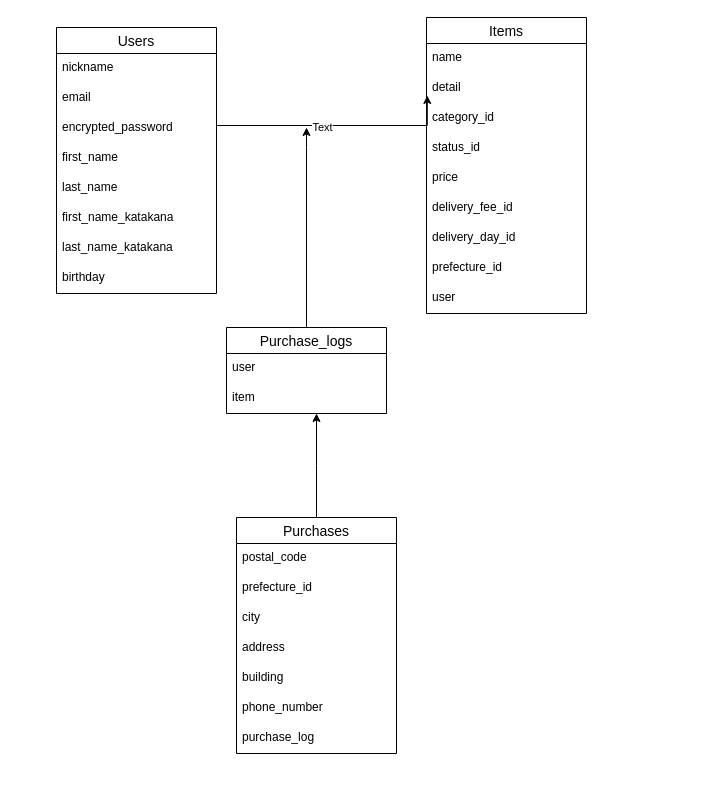
madoka5555/furima-31532 keeps this draw.io diagram as test.dio. Above is the earlier version. Source tidied: cells renumbered, new cells numbered last; positions are measured from the earlier drawing's top-left corner, leaving out a move shared by most shapes. Both pictures are drawn from the tidied source at 100%, with x=0, y=0 at pixel (56, 17).
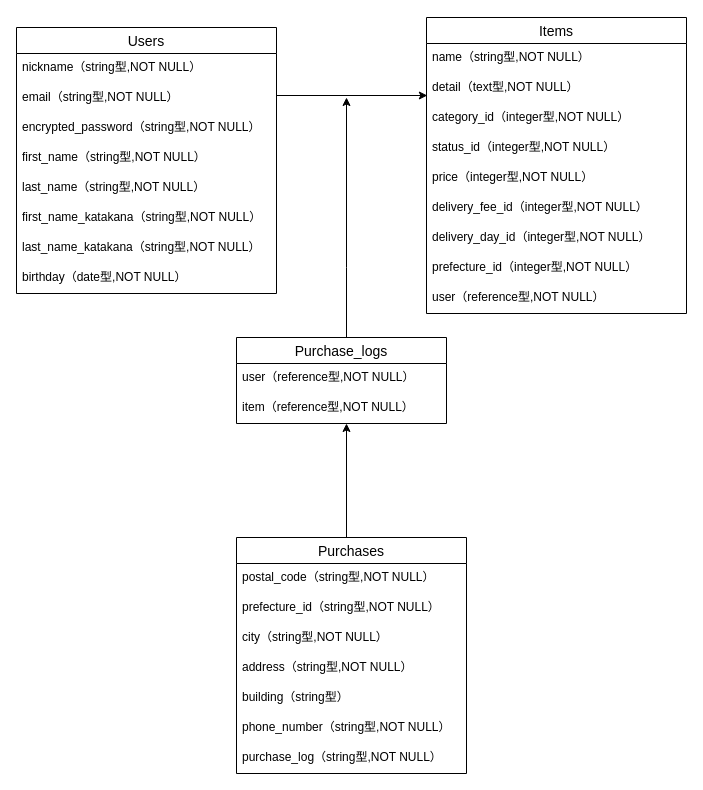
Above is the later version.

Commit message:
ER図の作成　修正

The edit, as a diff of the source:
```diff
@@
     <mxCell id="2" value="Items" style="swimlane;fontStyle=0;horizontal=1;startSize=26;align=center;fontSize=14;" parent="1" vertex="1">
-      <mxGeometry x="370" width="160" height="296" as="geometry" />
+      <mxGeometry x="370" width="260" height="296" as="geometry" />
     </mxCell>
-    <mxCell id="3" value="name" style="text;spacingLeft=4;spacingRight=4;overflow=hidden;fontSize=12;" parent="2" vertex="1">
-      <mxGeometry y="26" width="160" height="30" as="geometry" />
+    <mxCell id="3" value="name（string型,NOT NULL）" style="text;spacingLeft=4;spacingRight=4;overflow=hidden;fontSize=12;" parent="2" vertex="1">
+      <mxGeometry y="26" width="260" height="30" as="geometry" />
     </mxCell>
-    <mxCell id="4" value="detail&#10;&#10;" style="text;spacingLeft=4;spacingRight=4;overflow=hidden;fontSize=12;" parent="2" vertex="1">
-      <mxGeometry y="56" width="160" height="30" as="geometry" />
+    <mxCell id="4" value="detail（text型,NOT NULL）&#10;&#10;" style="text;spacingLeft=4;spacingRight=4;overflow=hidden;fontSize=12;" parent="2" vertex="1">
+      <mxGeometry y="56" width="260" height="30" as="geometry" />
     </mxCell>
-    <mxCell id="5" value="category_id&#10;&#10;" style="text;spacingLeft=4;spacingRight=4;overflow=hidden;fontSize=12;" parent="2" vertex="1">
-      <mxGeometry y="86" width="160" height="30" as="geometry" />
+    <mxCell id="5" value="category_id（integer型,NOT NULL）&#10;&#10;" style="text;spacingLeft=4;spacingRight=4;overflow=hidden;fontSize=12;" parent="2" vertex="1">
+      <mxGeometry y="86" width="260" height="30" as="geometry" />
     </mxCell>
-    <mxCell id="6" value="status_id&#10;&#10;" style="text;spacingLeft=4;spacingRight=4;overflow=hidden;fontSize=12;" parent="2" vertex="1">
-      <mxGeometry y="116" width="160" height="30" as="geometry" />
+    <mxCell id="6" value="status_id（integer型,NOT NULL）&#10;&#10;&#10;&#10;" style="text;spacingLeft=4;spacingRight=4;overflow=hidden;fontSize=12;" parent="2" vertex="1">
+      <mxGeometry y="116" width="260" height="30" as="geometry" />
     </mxCell>
-    <mxCell id="7" value="price" style="text;spacingLeft=4;spacingRight=4;overflow=hidden;fontSize=12;" parent="2" vertex="1">
-      <mxGeometry y="146" width="160" height="30" as="geometry" />
+    <mxCell id="7" value="price（integer型,NOT NULL）&#10;&#10;" style="text;spacingLeft=4;spacingRight=4;overflow=hidden;fontSize=12;" parent="2" vertex="1">
+      <mxGeometry y="146" width="260" height="30" as="geometry" />
     </mxCell>
-    <mxCell id="8" value="delivery_fee_id&#10;&#10;" style="text;spacingLeft=4;spacingRight=4;overflow=hidden;fontSize=12;" parent="2" vertex="1">
-      <mxGeometry y="176" width="160" height="30" as="geometry" />
+    <mxCell id="8" value="delivery_fee_id（integer型,NOT NULL）&#10;&#10;&#10;&#10;" style="text;spacingLeft=4;spacingRight=4;overflow=hidden;fontSize=12;" parent="2" vertex="1">
+      <mxGeometry y="176" width="260" height="30" as="geometry" />
     </mxCell>
-    <mxCell id="9" value="delivery_day_id&#10;&#10;&#10;" style="text;spacingLeft=4;spacingRight=4;overflow=hidden;fontSize=12;" parent="2" vertex="1">
-      <mxGeometry y="206" width="160" height="30" as="geometry" />
+    <mxCell id="9" value="delivery_day_id（integer型,NOT NULL）&#10;&#10;&#10;&#10;&#10;" style="text;spacingLeft=4;spacingRight=4;overflow=hidden;fontSize=12;" parent="2" vertex="1">
+      <mxGeometry y="206" width="260" height="30" as="geometry" />
     </mxCell>
-    <mxCell id="10" value="prefecture_id&#10;&#10;" style="text;spacingLeft=4;spacingRight=4;overflow=hidden;fontSize=12;" parent="2" vertex="1">
-      <mxGeometry y="236" width="160" height="30" as="geometry" />
+    <mxCell id="10" value="prefecture_id（integer型,NOT NULL）&#10;&#10;&#10;&#10;&#10;" style="text;spacingLeft=4;spacingRight=4;overflow=hidden;fontSize=12;" parent="2" vertex="1">
+      <mxGeometry y="236" width="260" height="30" as="geometry" />
     </mxCell>
-    <mxCell id="11" value="user&#10;&#10;" style="text;spacingLeft=4;spacingRight=4;overflow=hidden;fontSize=12;" parent="2" vertex="1">
-      <mxGeometry y="266" width="160" height="30" as="geometry" />
+    <mxCell id="11" value="user（reference型,NOT NULL）&#10;&#10;&#10;&#10;" style="text;spacingLeft=4;spacingRight=4;overflow=hidden;fontSize=12;" parent="2" vertex="1">
+      <mxGeometry y="266" width="260" height="30" as="geometry" />
     </mxCell>
-    <mxCell id="12" style="edgeStyle=orthogonalEdgeStyle;rounded=0;jettySize=auto;html=1;exitX=0.5;exitY=0;exitDx=0;exitDy=0;" parent="1" edge="1" source="13">
+    <mxCell id="12" style="edgeStyle=orthogonalEdgeStyle;rounded=0;jettySize=auto;html=1;" parent="1" edge="1" source="13">
       <mxGeometry relative="1" as="geometry">
-        <mxPoint x="250" y="110" as="targetPoint" />
+        <mxPoint x="290" y="80" as="targetPoint" />
         <Array as="points">
-          <mxPoint x="250" y="130" />
-          <mxPoint x="250" y="130" />
+          <mxPoint x="290" y="250" />
+          <mxPoint x="290" y="250" />
         </Array>
       </mxGeometry>
     </mxCell>
     <mxCell id="13" value="Purchase_logs" style="swimlane;fontStyle=0;horizontal=1;startSize=26;align=center;fontSize=14;" parent="1" vertex="1">
-      <mxGeometry x="170" y="310" width="160" height="86" as="geometry" />
+      <mxGeometry x="180" y="320" width="210" height="86" as="geometry" />
     </mxCell>
-    <mxCell id="14" value="user&#10;&#10;" style="text;strokeColor=none;fillColor=none;spacingLeft=4;spacingRight=4;overflow=hidden;fontSize=12;" parent="13" vertex="1">
-      <mxGeometry y="26" width="160" height="30" as="geometry" />
+    <mxCell id="14" value="user（reference型,NOT NULL）&#10;&#10;&#10;&#10;&#10;&#10;" style="text;strokeColor=none;fillColor=none;spacingLeft=4;spacingRight=4;overflow=hidden;fontSize=12;" parent="13" vertex="1">
+      <mxGeometry y="26" width="210" height="30" as="geometry" />
     </mxCell>
-    <mxCell id="15" value="item&#10;&#10;" style="text;strokeColor=none;fillColor=none;spacingLeft=4;spacingRight=4;overflow=hidden;fontSize=12;" parent="13" vertex="1">
-      <mxGeometry y="56" width="160" height="30" as="geometry" />
+    <mxCell id="15" value="item（reference型,NOT NULL）&#10;&#10;&#10;&#10;&#10;&#10;" style="text;strokeColor=none;fillColor=none;spacingLeft=4;spacingRight=4;overflow=hidden;fontSize=12;" parent="13" vertex="1">
+      <mxGeometry y="56" width="210" height="30" as="geometry" />
     </mxCell>
@@
     <mxCell id="17" value="Users" style="swimlane;fontStyle=0;horizontal=1;startSize=26;align=center;fontSize=14;" parent="1" vertex="1">
-      <mxGeometry y="10" width="160" height="266" as="geometry" />
+      <mxGeometry x="-40" y="10" width="260" height="266" as="geometry" />
     </mxCell>
-    <mxCell id="18" value="nickname" style="text;strokeColor=none;fillColor=none;spacingLeft=4;spacingRight=4;overflow=hidden;fontSize=12;" parent="17" vertex="1">
-      <mxGeometry y="26" width="160" height="30" as="geometry" />
+    <mxCell id="18" value="nickname（string型,NOT NULL）" style="text;strokeColor=none;fillColor=none;spacingLeft=4;spacingRight=4;overflow=hidden;fontSize=12;" parent="17" vertex="1">
+      <mxGeometry y="26" width="260" height="30" as="geometry" />
     </mxCell>
-    <mxCell id="19" value="email" style="text;strokeColor=none;fillColor=none;spacingLeft=4;spacingRight=4;overflow=hidden;fontSize=12;" parent="17" vertex="1">
-      <mxGeometry y="56" width="160" height="30" as="geometry" />
+    <mxCell id="19" value="email（string型,NOT NULL）" style="text;strokeColor=none;fillColor=none;spacingLeft=4;spacingRight=4;overflow=hidden;fontSize=12;" parent="17" vertex="1">
+      <mxGeometry y="56" width="260" height="30" as="geometry" />
     </mxCell>
-    <mxCell id="20" value="encrypted_password" style="text;strokeColor=none;fillColor=none;spacingLeft=4;spacingRight=4;overflow=hidden;points=[[0,0.5],[1,0.5]];portConstraint=eastwest;fontSize=12;" parent="17" vertex="1">
-      <mxGeometry y="86" width="160" height="30" as="geometry" />
+    <mxCell id="20" value="encrypted_password（string型,NOT NULL）" style="text;strokeColor=none;fillColor=none;spacingLeft=4;spacingRight=4;overflow=hidden;points=[[0,0.5],[1,0.5]];portConstraint=eastwest;fontSize=12;" parent="17" vertex="1">
+      <mxGeometry y="86" width="260" height="30" as="geometry" />
     </mxCell>
-    <mxCell id="21" value="first_name" style="text;strokeColor=none;fillColor=none;spacingLeft=4;spacingRight=4;overflow=hidden;fontSize=12;" parent="17" vertex="1">
-      <mxGeometry y="116" width="160" height="30" as="geometry" />
+    <mxCell id="21" value="first_name（string型,NOT NULL）" style="text;strokeColor=none;fillColor=none;spacingLeft=4;spacingRight=4;overflow=hidden;fontSize=12;" parent="17" vertex="1">
+      <mxGeometry y="116" width="260" height="30" as="geometry" />
     </mxCell>
-    <mxCell id="22" value="last_name&#10;&#10;" style="text;strokeColor=none;fillColor=none;spacingLeft=4;spacingRight=4;overflow=hidden;fontSize=12;" parent="17" vertex="1">
-      <mxGeometry y="146" width="160" height="30" as="geometry" />
+    <mxCell id="22" value="last_name（string型,NOT NULL）&#10;&#10;&#10;&#10;" style="text;strokeColor=none;fillColor=none;spacingLeft=4;spacingRight=4;overflow=hidden;fontSize=12;" parent="17" vertex="1">
+      <mxGeometry y="146" width="260" height="30" as="geometry" />
     </mxCell>
-    <mxCell id="23" value="first_name_katakana&#10;&#10;" style="text;strokeColor=none;fillColor=none;spacingLeft=4;spacingRight=4;overflow=hidden;fontSize=12;" parent="17" vertex="1">
-      <mxGeometry y="176" width="160" height="30" as="geometry" />
+    <mxCell id="23" value="first_name_katakana（string型,NOT NULL）&#10;&#10;&#10;&#10;" style="text;strokeColor=none;fillColor=none;spacingLeft=4;spacingRight=4;overflow=hidden;fontSize=12;" parent="17" vertex="1">
+      <mxGeometry y="176" width="260" height="30" as="geometry" />
     </mxCell>
-    <mxCell id="24" value="last_name_katakana&#10;&#10;" style="text;strokeColor=none;fillColor=none;spacingLeft=4;spacingRight=4;overflow=hidden;fontSize=12;" parent="17" vertex="1">
-      <mxGeometry y="206" width="160" height="30" as="geometry" />
+    <mxCell id="24" value="last_name_katakana（string型,NOT NULL）&#10;&#10;" style="text;strokeColor=none;fillColor=none;spacingLeft=4;spacingRight=4;overflow=hidden;fontSize=12;" parent="17" vertex="1">
+      <mxGeometry y="206" width="260" height="30" as="geometry" />
     </mxCell>
-    <mxCell id="25" value="birthday&#10;&#10;" style="text;strokeColor=none;fillColor=none;spacingLeft=4;spacingRight=4;overflow=hidden;fontSize=12;" parent="17" vertex="1">
-      <mxGeometry y="236" width="160" height="30" as="geometry" />
+    <mxCell id="25" value="birthday（date型,NOT NULL）&#10;&#10;" style="text;strokeColor=none;fillColor=none;spacingLeft=4;spacingRight=4;overflow=hidden;fontSize=12;" parent="17" vertex="1">
+      <mxGeometry y="236" width="260" height="30" as="geometry" />
     </mxCell>
     <mxCell id="26" style="edgeStyle=orthogonalEdgeStyle;rounded=0;jettySize=auto;html=1;exitX=1;exitY=0.5;exitDx=0;exitDy=0;entryX=0.005;entryY=0.733;entryDx=0;entryDy=0;entryPerimeter=0;" parent="1" edge="1" source="20">
       <mxGeometry relative="1" as="geometry">
         <mxPoint x="370.8" y="78" as="targetPoint" />
         <Array as="points">
-          <mxPoint x="160" y="108" />
+          <mxPoint x="220" y="78" />
         </Array>
       </mxGeometry>
     </mxCell>
-    <mxCell id="27" value="Text" style="edgeLabel;html=1;align=center;verticalAlign=middle;" parent="26" vertex="1">
-      <mxGeometry x="-0.11" y="-1" relative="1" as="geometry" />
-    </mxCell>
     <mxCell id="28" style="edgeStyle=orthogonalEdgeStyle;rounded=0;jettySize=auto;html=1;exitX=0.5;exitY=0;exitDx=0;exitDy=0;" parent="1" edge="1" target="13">
       <mxGeometry relative="1" as="geometry">
         <mxPoint x="260" y="520" as="sourcePoint" />
         <Array as="points">
-          <mxPoint x="260" y="448" />
-          <mxPoint x="260" y="448" />
+          <mxPoint x="290" y="520" />
         </Array>
       </mxGeometry>
     </mxCell>
     <mxCell id="29" value="Purchases" style="swimlane;fontStyle=0;horizontal=1;startSize=26;align=center;fontSize=14;" parent="1" vertex="1">
-      <mxGeometry x="180" y="500" width="160" height="236" as="geometry" />
+      <mxGeometry x="180" y="520" width="230" height="236" as="geometry" />
     </mxCell>
-    <mxCell id="30" value="postal_code" style="text;strokeColor=none;fillColor=none;spacingLeft=4;spacingRight=4;overflow=hidden;fontSize=12;" parent="29" vertex="1">
-      <mxGeometry y="26" width="160" height="30" as="geometry" />
+    <mxCell id="30" value="postal_code（string型,NOT NULL）&#10;" style="text;strokeColor=none;fillColor=none;spacingLeft=4;spacingRight=4;overflow=hidden;fontSize=12;" parent="29" vertex="1">
+      <mxGeometry y="26" width="230" height="30" as="geometry" />
     </mxCell>
-    <mxCell id="31" value="prefecture_id&#10;&#10;&#10;" style="text;strokeColor=none;fillColor=none;spacingLeft=4;spacingRight=4;overflow=hidden;fontSize=12;" parent="29" vertex="1">
-      <mxGeometry y="56" width="160" height="30" as="geometry" />
+    <mxCell id="31" value="prefecture_id（string型,NOT NULL）&#10;&#10;&#10;&#10;" style="text;strokeColor=none;fillColor=none;spacingLeft=4;spacingRight=4;overflow=hidden;fontSize=12;" parent="29" vertex="1">
+      <mxGeometry y="56" width="230" height="30" as="geometry" />
     </mxCell>
-    <mxCell id="32" value="city&#10;&#10;" style="text;strokeColor=none;fillColor=none;spacingLeft=4;spacingRight=4;overflow=hidden;fontSize=12;" parent="29" vertex="1">
-      <mxGeometry y="86" width="160" height="30" as="geometry" />
+    <mxCell id="32" value="city（string型,NOT NULL）&#10;&#10;&#10;" style="text;strokeColor=none;fillColor=none;spacingLeft=4;spacingRight=4;overflow=hidden;fontSize=12;" parent="29" vertex="1">
+      <mxGeometry y="86" width="230" height="30" as="geometry" />
     </mxCell>
-    <mxCell id="33" value="address" style="text;strokeColor=none;fillColor=none;spacingLeft=4;spacingRight=4;overflow=hidden;fontSize=12;" parent="29" vertex="1">
-      <mxGeometry y="116" width="160" height="30" as="geometry" />
+    <mxCell id="33" value="address（string型,NOT NULL）" style="text;strokeColor=none;fillColor=none;spacingLeft=4;spacingRight=4;overflow=hidden;fontSize=12;" parent="29" vertex="1">
+      <mxGeometry y="116" width="230" height="30" as="geometry" />
     </mxCell>
-    <mxCell id="34" value="building&#10;&#10;" style="text;strokeColor=none;fillColor=none;spacingLeft=4;spacingRight=4;overflow=hidden;fontSize=12;" parent="29" vertex="1">
-      <mxGeometry y="146" width="160" height="30" as="geometry" />
+    <mxCell id="34" value="building（string型）&#10;&#10;" style="text;strokeColor=none;fillColor=none;spacingLeft=4;spacingRight=4;overflow=hidden;fontSize=12;" parent="29" vertex="1">
+      <mxGeometry y="146" width="230" height="30" as="geometry" />
     </mxCell>
-    <mxCell id="35" value="phone_number&#10;&#10;" style="text;strokeColor=none;fillColor=none;spacingLeft=4;spacingRight=4;overflow=hidden;fontSize=12;" parent="29" vertex="1">
-      <mxGeometry y="176" width="160" height="30" as="geometry" />
+    <mxCell id="35" value="phone_number（string型,NOT NULL）&#10;&#10;&#10;" style="text;strokeColor=none;fillColor=none;spacingLeft=4;spacingRight=4;overflow=hidden;fontSize=12;" parent="29" vertex="1">
+      <mxGeometry y="176" width="230" height="30" as="geometry" />
     </mxCell>
-    <mxCell id="36" value="purchase_log" style="text;strokeColor=none;fillColor=none;spacingLeft=4;spacingRight=4;overflow=hidden;fontSize=12;" parent="29" vertex="1">
-      <mxGeometry y="206" width="160" height="30" as="geometry" />
+    <mxCell id="36" value="purchase_log（string型,NOT NULL）" style="text;strokeColor=none;fillColor=none;spacingLeft=4;spacingRight=4;overflow=hidden;fontSize=12;" parent="29" vertex="1">
+      <mxGeometry y="206" width="230" height="30" as="geometry" />
     </mxCell>
```
